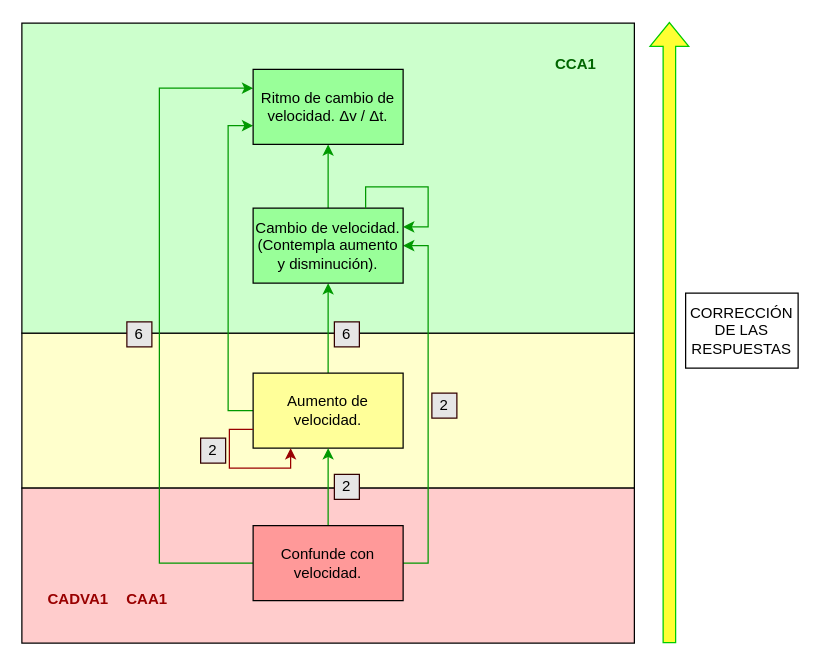
Before: PRACTICUM/acel.drawio in eduLikesPringles/MFPES, a draw.io diagram. Source tidied: cells renumbered, new cells numbered last; positions are measured from the earlier drawing's top-left corner, leaving out a move shared by most shapes. Both pictures are drawn from the tidied source at 125%, with x=0, y=0 at pixel (21, 21).
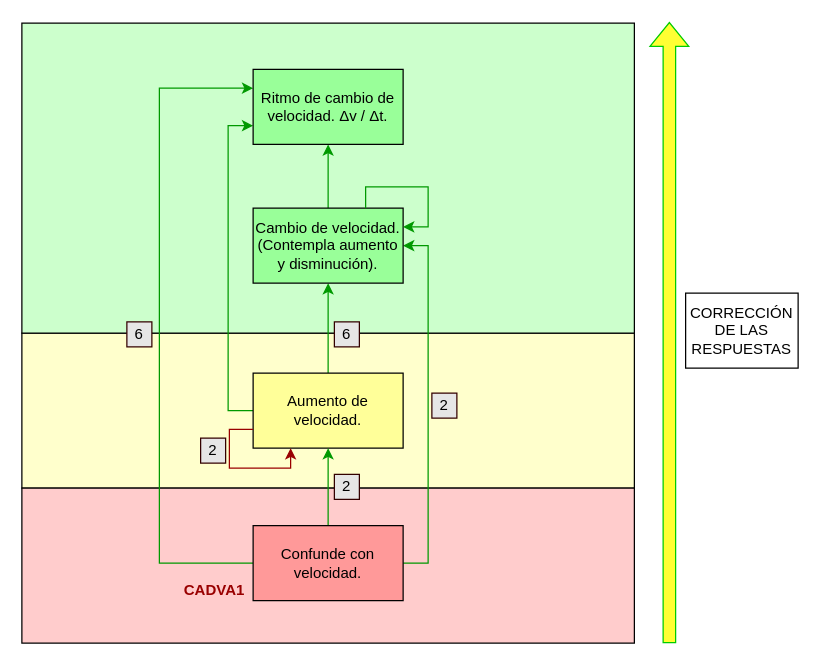
The same diagram, later.

What changed in the source:
```diff
@@
-    <mxCell id="14" value="&lt;span style=&quot;&quot; lang=&quot;ES&quot;&gt;&lt;b&gt;&lt;font color=&quot;#990000&quot;&gt;CAA1&lt;/font&gt;&lt;/b&gt;&lt;/span&gt;" style="text;whiteSpace=wrap;html=1;" parent="1" vertex="1">
-      <mxGeometry x="82" y="447.8" width="41.6" height="29.2" as="geometry" />
-    </mxCell>
-    <mxCell id="15" value="&lt;span style=&quot;&quot; lang=&quot;ES&quot;&gt;&lt;b&gt;&lt;font color=&quot;#006600&quot;&gt;CCA1&lt;br&gt;&lt;/font&gt;&lt;/b&gt;&lt;/span&gt;" style="text;whiteSpace=wrap;html=1;" parent="1" vertex="1">
-      <mxGeometry x="425" y="20" width="45.4" height="27" as="geometry" />
-    </mxCell>
     <mxCell id="16" value="&lt;span style=&quot;&quot; lang=&quot;ES&quot;&gt;&lt;b&gt;&lt;font color=&quot;#990000&quot;&gt;CADVA1&lt;/font&gt;&lt;/b&gt;&lt;/span&gt;" style="text;whiteSpace=wrap;html=1;" parent="1" vertex="1">
-      <mxGeometry x="19.2" y="447.8" width="41.6" height="29.2" as="geometry" />
+      <mxGeometry x="128" y="441" width="41.6" height="29.2" as="geometry" />
     </mxCell>
```
